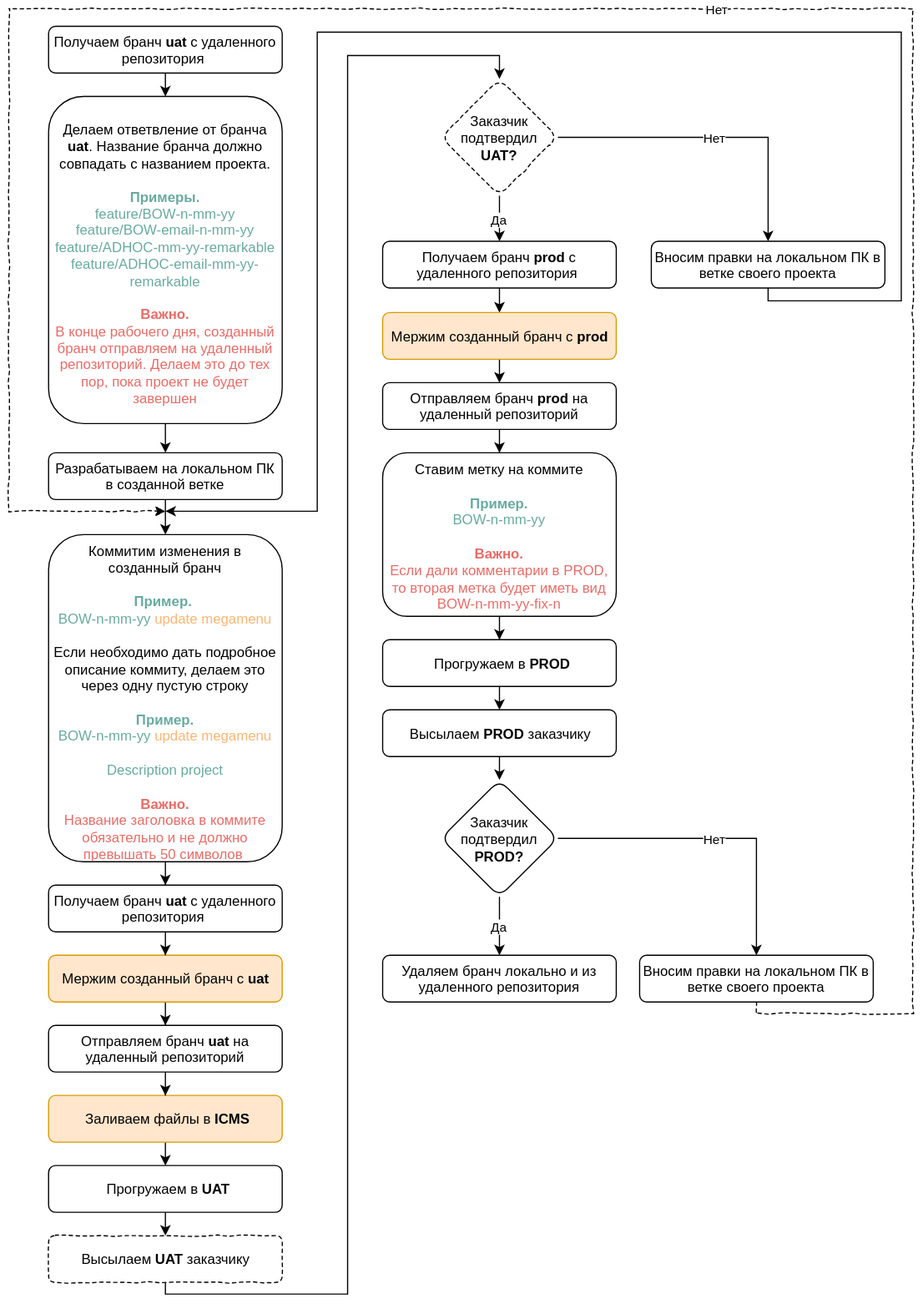
Above: GIT roadmap.svg in biryukovkolya/upload-files (draw.io), before the change. Source tidied: cells renumbered, new cells last; positions are measured from the earlier drawing's top-left corner, leaving out a move shared by most shapes.
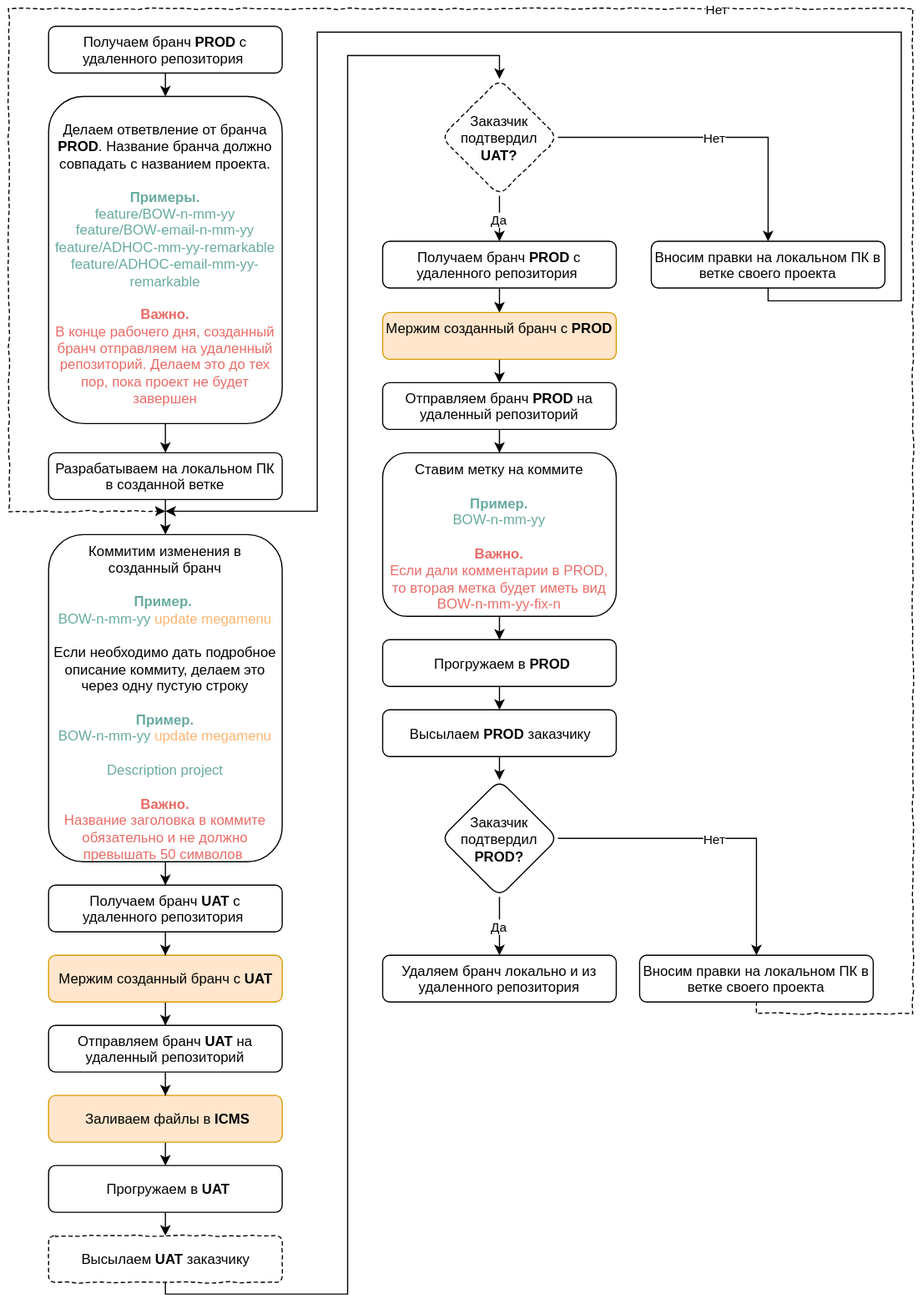
The same diagram one commit later.

Diff of the diagram source:
```diff
@@ -5,7 +5,7 @@
     <mxCell id="2" style="edgeStyle=orthogonalEdgeStyle;rounded=0;html=1;exitX=0.5;exitY=1;entryX=0.5;entryY=0;jettySize=auto;" parent="1" edge="1" source="3" target="11">
       <mxGeometry relative="1" as="geometry" />
     </mxCell>
-    <mxCell id="3" value="Получаем бранч&amp;nbsp;&lt;b&gt;uat&lt;/b&gt; c удаленного репозитория&amp;nbsp;&lt;b&gt;&lt;font color=&quot;#67ab9f&quot;&gt;&lt;br&gt;&lt;/font&gt;&lt;/b&gt;" style="rounded=1;whiteSpace=wrap;html=1;spacingRight=0;spacingLeft=0;spacing=3;" parent="1" vertex="1">
+    <mxCell id="3" value="Получаем бранч&amp;nbsp;&lt;b&gt;PROD&lt;/b&gt; c удаленного репозитория&amp;nbsp;&lt;b&gt;&lt;font color=&quot;#67ab9f&quot;&gt;&lt;br&gt;&lt;/font&gt;&lt;/b&gt;" style="rounded=1;whiteSpace=wrap;html=1;spacingRight=0;spacingLeft=0;spacing=3;" parent="1" vertex="1">
       <mxGeometry x="34" y="15" width="200" height="40" as="geometry" />
     </mxCell>
     <mxCell id="4" style="edgeStyle=orthogonalEdgeStyle;rounded=0;html=1;exitX=0.5;exitY=1;jettySize=auto;" parent="1" edge="1" source="5" target="7">
@@ -23,19 +23,19 @@
     <mxCell id="8" style="edgeStyle=orthogonalEdgeStyle;rounded=0;html=1;exitX=0.5;exitY=1;jettySize=auto;" parent="1" edge="1" source="9" target="36">
       <mxGeometry relative="1" as="geometry" />
     </mxCell>
-    <mxCell id="9" value="Мержим созданный бранч с &lt;b&gt;uat&lt;/b&gt;" style="rounded=1;whiteSpace=wrap;html=1;spacing=3;fillColor=#ffe6cc;strokeColor=#d79b00;glass=0;" parent="1" vertex="1">
+    <mxCell id="9" value="Мержим созданный бранч с &lt;b&gt;UAT&lt;/b&gt;" style="rounded=1;whiteSpace=wrap;html=1;spacing=3;fillColor=#ffe6cc;strokeColor=#d79b00;glass=0;" parent="1" vertex="1">
       <mxGeometry x="34" y="810" width="200" height="40" as="geometry" />
     </mxCell>
     <mxCell id="10" style="edgeStyle=orthogonalEdgeStyle;rounded=0;comic=0;html=1;exitX=0.5;exitY=1;entryX=0.5;entryY=0;jettySize=auto;" parent="1" edge="1" source="11" target="5">
       <mxGeometry relative="1" as="geometry" />
     </mxCell>
-    <mxCell id="11" value="Делаем ответвление от бранча &lt;b&gt;uat&lt;/b&gt;. Название бранча должно совпадать с названием проекта.&lt;br&gt;&lt;font color=&quot;#67ab9f&quot;&gt;&lt;br&gt;&lt;b&gt;Примеры.&lt;br&gt;&lt;/b&gt;feature/BOW-n-mm-yy&lt;/font&gt;&lt;font color=&quot;#67ab9f&quot;&gt;&lt;br&gt;feature/BOW-email-n-mm-yy&lt;br&gt;feature/ADHOC-mm-yy-remarkable&lt;/font&gt;&lt;br&gt;&lt;font color=&quot;#67ab9f&quot;&gt;feature/ADHOC-email-mm-yy-remarkable&lt;/font&gt;&lt;font color=&quot;#67ab9f&quot;&gt;&lt;br&gt;&lt;br&gt;&lt;/font&gt;&lt;font color=&quot;#ea6b66&quot;&gt;&lt;b&gt;Важно.&lt;br&gt;&lt;/b&gt;В конце рабочего дня, созданный бранч отправляем на удаленный репозиторий. Делаем это до тех пор, пока проект не будет завершен&lt;/font&gt;&lt;b&gt;&lt;font color=&quot;#67ab9f&quot;&gt;&lt;br&gt;&lt;/font&gt;&lt;/b&gt;" style="rounded=1;whiteSpace=wrap;html=1;spacingRight=0;spacingLeft=0;spacing=3;" parent="1" vertex="1">
+    <mxCell id="11" value="Делаем ответвление от бранча &lt;b&gt;PROD&lt;/b&gt;. Название бранча должно совпадать с названием проекта.&lt;br&gt;&lt;font color=&quot;#67ab9f&quot;&gt;&lt;br&gt;&lt;b&gt;Примеры.&lt;br&gt;&lt;/b&gt;feature/BOW-n-mm-yy&lt;/font&gt;&lt;font color=&quot;#67ab9f&quot;&gt;&lt;br&gt;feature/BOW-email-n-mm-yy&lt;br&gt;feature/ADHOC-mm-yy-remarkable&lt;/font&gt;&lt;br&gt;&lt;font color=&quot;#67ab9f&quot;&gt;feature/ADHOC-email-mm-yy-remarkable&lt;/font&gt;&lt;font color=&quot;#67ab9f&quot;&gt;&lt;br&gt;&lt;br&gt;&lt;/font&gt;&lt;font color=&quot;#ea6b66&quot;&gt;&lt;b&gt;Важно.&lt;br&gt;&lt;/b&gt;В конце рабочего дня, созданный бранч отправляем на удаленный репозиторий. Делаем это до тех пор, пока проект не будет завершен&lt;/font&gt;&lt;b&gt;&lt;font color=&quot;#67ab9f&quot;&gt;&lt;br&gt;&lt;/font&gt;&lt;/b&gt;" style="rounded=1;whiteSpace=wrap;html=1;spacingRight=0;spacingLeft=0;spacing=3;" parent="1" vertex="1">
       <mxGeometry x="34" y="75" width="200" height="280" as="geometry" />
     </mxCell>
     <mxCell id="12" style="edgeStyle=orthogonalEdgeStyle;rounded=0;html=1;exitX=0.5;exitY=1;jettySize=auto;" parent="1" edge="1" source="13" target="9">
       <mxGeometry relative="1" as="geometry" />
     </mxCell>
-    <mxCell id="13" value="Получаем бранч&amp;nbsp;&lt;b&gt;uat&lt;/b&gt; c удаленного репозитория&amp;nbsp;&lt;b&gt;&lt;font color=&quot;#67ab9f&quot;&gt;&lt;br&gt;&lt;/font&gt;&lt;/b&gt;" style="rounded=1;whiteSpace=wrap;html=1;spacingRight=0;spacingLeft=0;spacing=3;" parent="1" vertex="1">
+    <mxCell id="13" value="Получаем бранч&amp;nbsp;&lt;b&gt;UAT&lt;/b&gt; c удаленного репозитория&amp;nbsp;&lt;b&gt;&lt;font color=&quot;#67ab9f&quot;&gt;&lt;br&gt;&lt;/font&gt;&lt;/b&gt;" style="rounded=1;whiteSpace=wrap;html=1;spacingRight=0;spacingLeft=0;spacing=3;" parent="1" vertex="1">
       <mxGeometry x="34" y="750" width="200" height="40" as="geometry" />
     </mxCell>
     <mxCell id="14" value="Да" style="edgeStyle=orthogonalEdgeStyle;rounded=0;html=1;exitX=0.5;exitY=1;entryX=0.5;entryY=0;jettySize=auto;" parent="1" edge="1" source="16" target="24">
@@ -77,13 +77,13 @@
     <mxCell id="23" style="edgeStyle=orthogonalEdgeStyle;rounded=0;html=1;exitX=0.5;exitY=1;entryX=0.5;entryY=0;jettySize=auto;" parent="1" edge="1" source="24" target="26">
       <mxGeometry relative="1" as="geometry" />
     </mxCell>
-    <mxCell id="24" value="Получаем бранч&amp;nbsp;&lt;b&gt;prod&lt;/b&gt; c удаленного репозитория&amp;nbsp;&lt;b&gt;&lt;font color=&quot;#67ab9f&quot;&gt;&lt;br&gt;&lt;/font&gt;&lt;/b&gt;" style="rounded=1;whiteSpace=wrap;html=1;spacingRight=0;spacingLeft=0;spacing=3;" parent="1" vertex="1">
+    <mxCell id="24" value="Получаем бранч&amp;nbsp;&lt;b&gt;PROD&lt;/b&gt; c удаленного репозитория&amp;nbsp;&lt;b&gt;&lt;font color=&quot;#67ab9f&quot;&gt;&lt;br&gt;&lt;/font&gt;&lt;/b&gt;" style="rounded=1;whiteSpace=wrap;html=1;spacingRight=0;spacingLeft=0;spacing=3;" parent="1" vertex="1">
       <mxGeometry x="320" y="199" width="200" height="40" as="geometry" />
     </mxCell>
     <mxCell id="25" style="edgeStyle=orthogonalEdgeStyle;rounded=0;html=1;exitX=0.5;exitY=1;jettySize=auto;entryX=0.5;entryY=0;" parent="1" edge="1" source="26" target="38">
       <mxGeometry relative="1" as="geometry" />
     </mxCell>
-    <mxCell id="26" value="Мержим созданный бранч с &lt;b&gt;prod&lt;/b&gt;" style="rounded=1;whiteSpace=wrap;html=1;spacing=3;fillColor=#ffe6cc;strokeColor=#d79b00;" parent="1" vertex="1">
+    <mxCell id="26" value="Мержим созданный бранч с &lt;b&gt;PROD&lt;/b&gt;" style="rounded=1;whiteSpace=wrap;html=1;spacing=3;fillColor=#ffe6cc;strokeColor=#d79b00;" parent="1" vertex="1">
       <mxGeometry x="320" y="260" width="200" height="40" as="geometry" />
     </mxCell>
     <mxCell id="27" style="edgeStyle=orthogonalEdgeStyle;rounded=0;html=1;exitX=0.5;exitY=1;entryX=0.5;entryY=0;jettySize=auto;" parent="1" edge="1" source="28" target="30">
@@ -113,13 +113,13 @@
     <mxCell id="35" style="edgeStyle=orthogonalEdgeStyle;rounded=0;html=1;exitX=0.5;exitY=1;jettySize=auto;" parent="1" edge="1" source="36" target="18">
       <mxGeometry relative="1" as="geometry" />
     </mxCell>
-    <mxCell id="36" value="Отправляем бранч&amp;nbsp;&lt;b&gt;uat&lt;/b&gt;&amp;nbsp;на удаленный репозиторий&lt;b&gt;&lt;font color=&quot;#67ab9f&quot;&gt;&lt;br&gt;&lt;/font&gt;&lt;/b&gt;" style="rounded=1;whiteSpace=wrap;html=1;spacingRight=0;spacingLeft=0;spacing=3;" parent="1" vertex="1">
+    <mxCell id="36" value="Отправляем бранч&amp;nbsp;&lt;b&gt;UAT&lt;/b&gt;&amp;nbsp;на удаленный репозиторий&lt;b&gt;&lt;font color=&quot;#67ab9f&quot;&gt;&lt;br&gt;&lt;/font&gt;&lt;/b&gt;" style="rounded=1;whiteSpace=wrap;html=1;spacingRight=0;spacingLeft=0;spacing=3;" parent="1" vertex="1">
       <mxGeometry x="34" y="870" width="200" height="40" as="geometry" />
     </mxCell>
     <mxCell id="37" style="edgeStyle=orthogonalEdgeStyle;rounded=0;comic=0;html=1;exitX=0.5;exitY=1;jettySize=auto;" parent="1" edge="1" source="38" target="42">
       <mxGeometry relative="1" as="geometry" />
     </mxCell>
-    <mxCell id="38" value="Отправляем бранч &lt;b&gt;prod&lt;/b&gt;&amp;nbsp;на удаленный репозиторий&lt;br&gt;" style="rounded=1;whiteSpace=wrap;html=1;spacing=3;" parent="1" vertex="1">
+    <mxCell id="38" value="Отправляем бранч &lt;b&gt;PROD&lt;/b&gt;&amp;nbsp;на удаленный репозиторий&lt;br&gt;" style="rounded=1;whiteSpace=wrap;html=1;spacing=3;" parent="1" vertex="1">
       <mxGeometry x="320" y="320" width="200" height="40" as="geometry" />
     </mxCell>
     <mxCell id="39" value="Нет" style="edgeStyle=orthogonalEdgeStyle;rounded=0;html=1;jettySize=auto;comic=1;dashed=1;exitX=0.5;exitY=1;" parent="1" edge="1" source="40">
```
